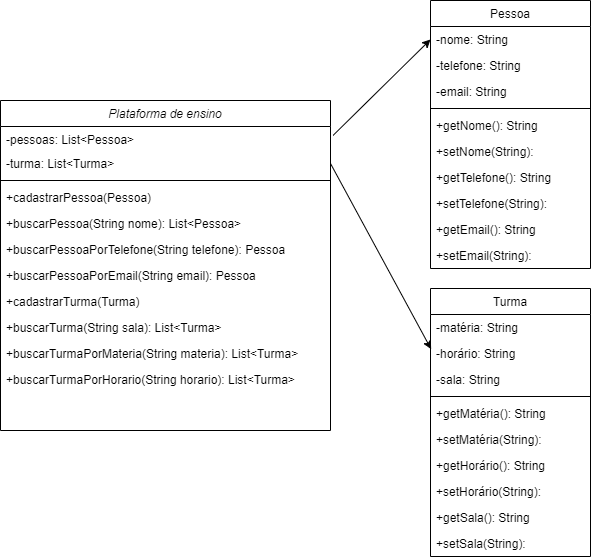
Above: Engenharia 1/exercício 02.drawio.png in Gabriel-Coutinho0/BERTOTI (draw.io), before the change. Source tidied: cells renumbered, new cells last; positions are measured from the earlier drawing's top-left corner, leaving out a move shared by most shapes.
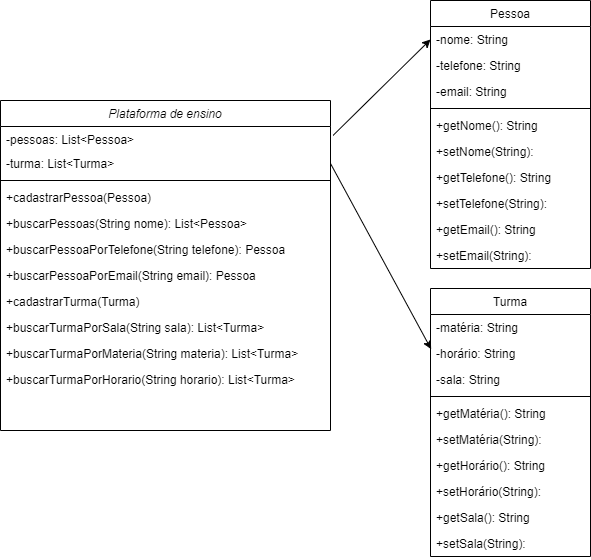
After the commit.

What changed in the source:
```diff
@@ -17,7 +17,7 @@
     <mxCell id="6" value="+cadastrarPessoa(Pessoa)" style="text;align=left;verticalAlign=top;spacingLeft=4;spacingRight=4;overflow=hidden;" parent="2" vertex="1">
       <mxGeometry y="84" width="330" height="26" as="geometry" />
     </mxCell>
-    <mxCell id="7" value="+buscarPessoa(String nome): List&lt;Pessoa&gt;" style="text;align=left;verticalAlign=top;spacingLeft=4;spacingRight=4;overflow=hidden;" parent="2" vertex="1">
+    <mxCell id="7" value="+buscarPessoas(String nome): List&lt;Pessoa&gt;" style="text;align=left;verticalAlign=top;spacingLeft=4;spacingRight=4;overflow=hidden;" parent="2" vertex="1">
       <mxGeometry y="110" width="330" height="26" as="geometry" />
     </mxCell>
     <mxCell id="8" value="+buscarPessoaPorTelefone(String telefone): Pessoa" style="text;align=left;verticalAlign=top;spacingLeft=4;spacingRight=4;overflow=hidden;" parent="2" vertex="1">
@@ -29,7 +29,7 @@
     <mxCell id="10" value="+cadastrarTurma(Turma)" style="text;align=left;verticalAlign=top;spacingLeft=4;spacingRight=4;overflow=hidden;" parent="2" vertex="1">
       <mxGeometry y="188" width="330" height="26" as="geometry" />
     </mxCell>
-    <mxCell id="11" value="+buscarTurma(String sala): List&lt;Turma&gt;" style="text;align=left;verticalAlign=top;spacingLeft=4;spacingRight=4;overflow=hidden;" parent="2" vertex="1">
+    <mxCell id="11" value="+buscarTurmaPorSala(String sala): List&lt;Turma&gt;" style="text;align=left;verticalAlign=top;spacingLeft=4;spacingRight=4;overflow=hidden;" parent="2" vertex="1">
       <mxGeometry y="214" width="330" height="26" as="geometry" />
     </mxCell>
     <mxCell id="12" value="+buscarTurmaPorMateria(String materia): List&lt;Turma&gt;" style="text;align=left;verticalAlign=top;spacingLeft=4;spacingRight=4;overflow=hidden;" parent="2" vertex="1">
```
